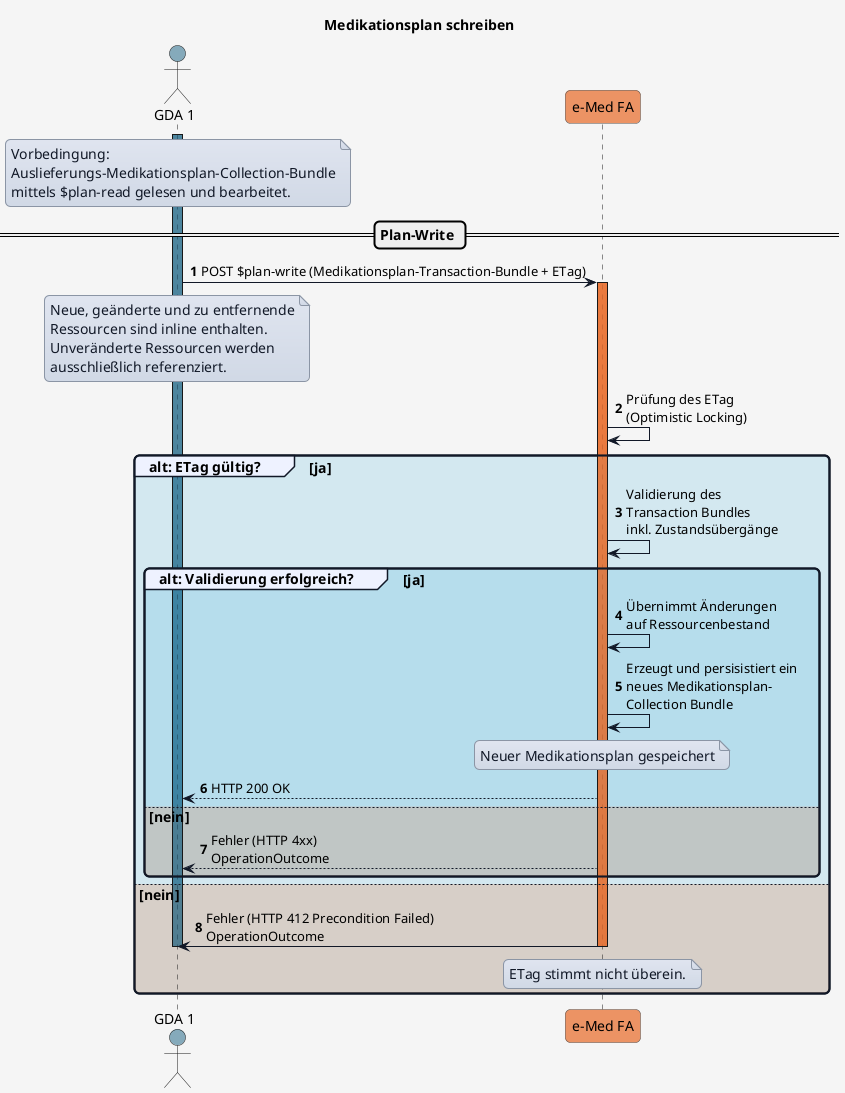
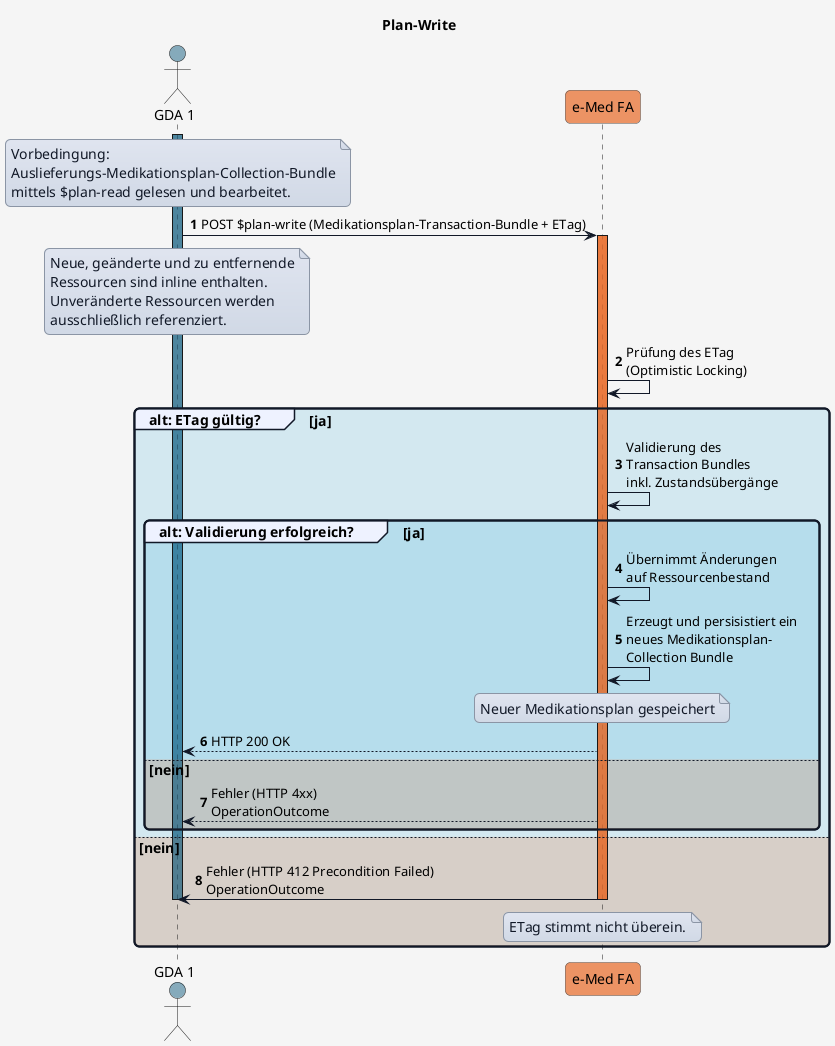
@startuml
- title Medikationsplan schreiben
+ title Plan-Write

'skinparam actorStyle awesome

skinparam borderColor #000000
skinparam backgroundColor #f5f5f5
skinparam shadowing false
skinparam roundCorner 10
skinparam defaultFontName "Arial"
skinparam defaultFontSize 14
skinparam defaultFontColor #000000
skinparam HyperlinkColor #0000EE
skinparam HyperlinkUnderline false
skinparam BoxPadding 20
skinparam BoxBorderColor #555555

skinparam note {
  BackgroundColor #e0e5f0-#d1d9e6
  BorderColor #8b95a5
  BorderThickness 1
  RoundCorner 0
  Padding 6
  FontColor #111827
  Shadowing false
}

skinparam sequence {
  ParticipantBorderColor #555555
  ParticipantBackgroundColor #ffffff
  ParticipantFontColor #000000
  ParticipantFontSize 14
  ParticipantPadding 20
  ArrowColor #111827
  ArrowThickness 1
  ArrowFontColor #000000
  ArrowFontSize 13
  GroupBorderColor #111827
  GroupBackgroundColor #eef2ff
  GroupBorderThickness 2
}

!define COLOR_GDA_1    #15608280
!define COLOR_GDA_2    #96607D80
!define COLOR_PATIENT  #196B2480
!define COLOR_APO      #0F9ED590
!define COLOR_EMED_FA  #e97232bd
!define COLOR_E_REZEPT #cd3732a9

!define COLOR_OK       #0F9ED525
!define COLOR_ERROR    #E9713235

actor GDA_1 as "GDA 1" COLOR_GDA_1
participant eMed_FA as "e-Med FA" COLOR_EMED_FA


autonumber

activate GDA_1 COLOR_GDA_1

note over GDA_1
Vorbedingung:
Auslieferungs-Medikationsplan-Collection-Bundle
mittels $plan-read gelesen und bearbeitet.
end note

- == Plan-Write ==

GDA_1 -> eMed_FA: POST $plan-write (Medikationsplan-Transaction-Bundle + ETag)

activate eMed_FA COLOR_EMED_FA
note over GDA_1
Neue, geänderte und zu entfernende
Ressourcen sind inline enthalten.
Unveränderte Ressourcen werden
ausschließlich referenziert.
end note

eMed_FA -> eMed_FA: Prüfung des ETag\n(Optimistic Locking)

group COLOR_OK alt: ETag gültig? [ja]

  eMed_FA -> eMed_FA: Validierung des\nTransaction Bundles\ninkl. Zustandsübergänge

  group COLOR_OK alt: Validierung erfolgreich? [ja]

    eMed_FA -> eMed_FA: Übernimmt Änderungen\nauf Ressourcenbestand
    eMed_FA -> eMed_FA: Erzeugt und persisistiert ein\nneues Medikationsplan-\nCollection Bundle

    note over eMed_FA
    Neuer Medikationsplan gespeichert
    end note

    eMed_FA --> GDA_1: HTTP 200 OK

  else COLOR_ERROR nein

   eMed_FA --> GDA_1: Fehler (HTTP 4xx)\nOperationOutcome

   end

else COLOR_ERROR nein

  eMed_FA -> GDA_1: Fehler (HTTP 412 Precondition Failed)\nOperationOutcome

    note over eMed_FA
    ETag stimmt nicht überein.
    end note

  deactivate GDA_1
  deactivate eMed_FA
end

@enduml